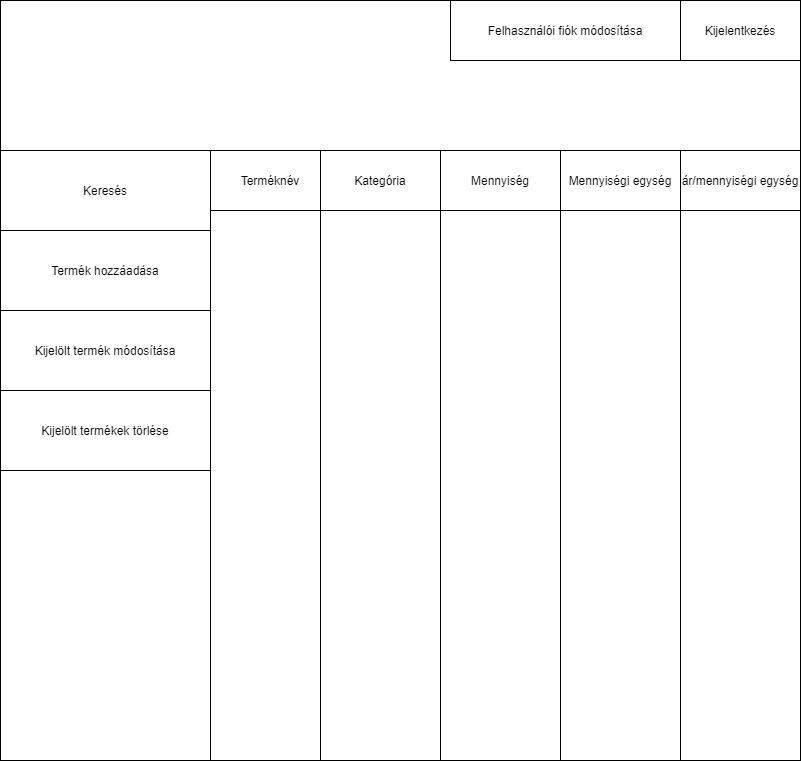
This is pictures/Bejelentkezett Képernyő.drawio.png from utassydenis/AFP2021_1_K0800_Csapat4, a draw.io export, as it was before one commit. Source tidied: cells renumbered, new cells last; positions are measured from the earlier drawing's top-left corner, leaving out a move shared by most shapes.
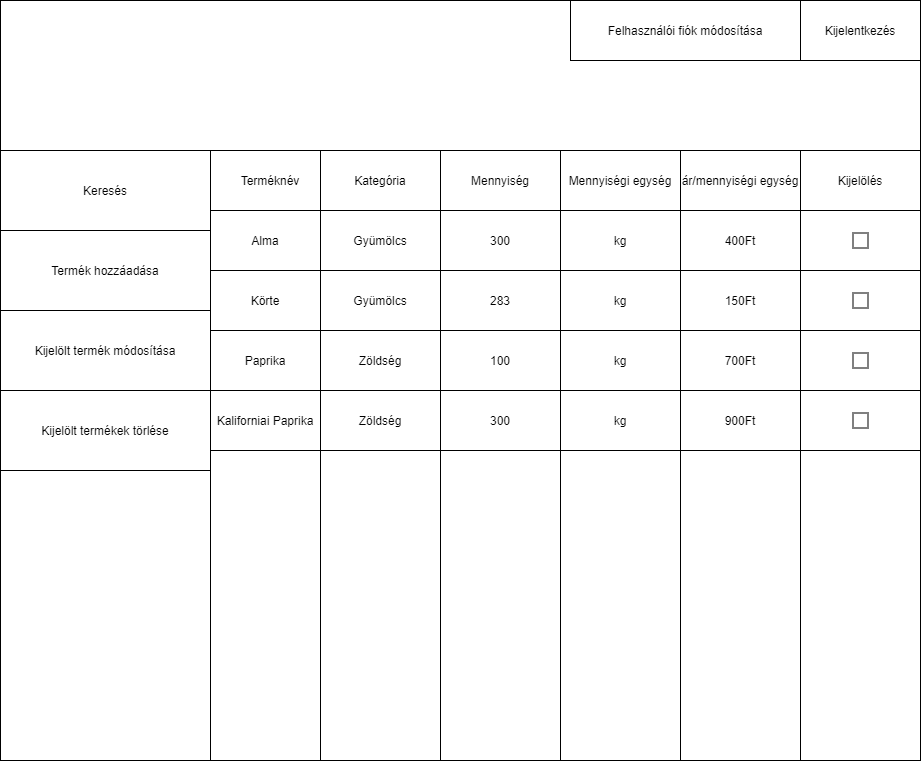
The same diagram one commit later.

Commit message:
Added list elements to the screen view plan of home page when logged in

Diff of the diagram source:
```diff
@@ -3,7 +3,7 @@
     <mxCell id="0" />
     <mxCell id="1" parent="0" />
     <mxCell id="2" style="rounded=0;whiteSpace=wrap;html=1;" parent="1" vertex="1">
-      <mxGeometry y="150" width="800" height="610" as="geometry" />
+      <mxGeometry y="150" width="920" height="610" as="geometry" />
     </mxCell>
     <mxCell id="3" value="Terméknév" style="rounded=0;whiteSpace=wrap;html=1;" parent="1" vertex="1">
       <mxGeometry x="210" y="150" width="120" height="60" as="geometry" />
@@ -21,7 +21,7 @@
       <mxGeometry x="680" y="150" width="120" height="60" as="geometry" />
     </mxCell>
     <mxCell id="8" style="rounded=0;whiteSpace=wrap;html=1;fontStyle=0;" parent="1" vertex="1">
-      <mxGeometry width="800" height="150" as="geometry" />
+      <mxGeometry width="920" height="150" as="geometry" />
     </mxCell>
     <mxCell id="9" style="rounded=0;whiteSpace=wrap;html=1;" parent="1" vertex="1">
       <mxGeometry x="210" y="210" width="110" height="550" as="geometry" />
@@ -42,7 +42,7 @@
       <mxGeometry y="150" width="210" height="80" as="geometry" />
     </mxCell>
     <mxCell id="15" value="Felhasználói fiók módosítása" style="rounded=0;whiteSpace=wrap;html=1;" parent="1" vertex="1">
-      <mxGeometry x="450" width="230" height="60" as="geometry" />
+      <mxGeometry x="570" width="230" height="60" as="geometry" />
     </mxCell>
     <mxCell id="16" value="Termék hozzáadása" style="rounded=0;whiteSpace=wrap;html=1;" parent="1" vertex="1">
       <mxGeometry y="230" width="210" height="80" as="geometry" />
@@ -54,7 +54,94 @@
       <mxGeometry y="390" width="210" height="80" as="geometry" />
     </mxCell>
     <mxCell id="19" value="Kijelentkezés" style="rounded=0;whiteSpace=wrap;html=1;" parent="1" vertex="1">
-      <mxGeometry x="680" width="120" height="60" as="geometry" />
+      <mxGeometry x="800" width="120" height="60" as="geometry" />
     </mxCell>
+    <mxCell id="20" value="Kijelölés" style="rounded=0;whiteSpace=wrap;html=1;" parent="1" vertex="1">
+      <mxGeometry x="800" y="150" width="120" height="60" as="geometry" />
+    </mxCell>
+    <mxCell id="21" value="Alma" style="rounded=0;whiteSpace=wrap;html=1;" parent="1" vertex="1">
+      <mxGeometry x="210" y="210" width="110" height="60" as="geometry" />
+    </mxCell>
+    <mxCell id="22" value="Gyümölcs" style="rounded=0;whiteSpace=wrap;html=1;" parent="1" vertex="1">
+      <mxGeometry x="320" y="210" width="120" height="60" as="geometry" />
+    </mxCell>
+    <mxCell id="23" value="300" style="rounded=0;whiteSpace=wrap;html=1;" parent="1" vertex="1">
+      <mxGeometry x="440" y="210" width="120" height="60" as="geometry" />
+    </mxCell>
+    <mxCell id="24" value="kg" style="rounded=0;whiteSpace=wrap;html=1;" parent="1" vertex="1">
+      <mxGeometry x="560" y="210" width="120" height="60" as="geometry" />
+    </mxCell>
+    <mxCell id="25" value="400Ft" style="rounded=0;whiteSpace=wrap;html=1;" parent="1" vertex="1">
+      <mxGeometry x="680" y="210" width="120" height="60" as="geometry" />
+    </mxCell>
+    <mxCell id="26" style="rounded=0;whiteSpace=wrap;html=1;" parent="1" vertex="1">
+      <mxGeometry x="800" y="210" width="120" height="60" as="geometry" />
+    </mxCell>
+    <mxCell id="27" style="whiteSpace=wrap;html=1;" parent="1" vertex="1">
+      <mxGeometry x="852.5" y="232.5" width="15" height="15" as="geometry" />
+    </mxCell>
+    <mxCell id="28" value="Körte" style="rounded=0;whiteSpace=wrap;html=1;" parent="1" vertex="1">
+      <mxGeometry x="210" y="270" width="110" height="60" as="geometry" />
+    </mxCell>
+    <mxCell id="29" value="Gyümölcs" style="rounded=0;whiteSpace=wrap;html=1;" parent="1" vertex="1">
+      <mxGeometry x="320" y="270" width="120" height="60" as="geometry" />
+    </mxCell>
+    <mxCell id="30" value="283" style="rounded=0;whiteSpace=wrap;html=1;" parent="1" vertex="1">
+      <mxGeometry x="440" y="270" width="120" height="60" as="geometry" />
+    </mxCell>
+    <mxCell id="31" value="kg" style="rounded=0;whiteSpace=wrap;html=1;" parent="1" vertex="1">
+      <mxGeometry x="560" y="270" width="120" height="60" as="geometry" />
+    </mxCell>
+    <mxCell id="32" value="150Ft" style="rounded=0;whiteSpace=wrap;html=1;" parent="1" vertex="1">
+      <mxGeometry x="680" y="270" width="120" height="60" as="geometry" />
+    </mxCell>
+    <mxCell id="33" style="rounded=0;whiteSpace=wrap;html=1;" parent="1" vertex="1">
+      <mxGeometry x="800" y="270" width="120" height="60" as="geometry" />
+    </mxCell>
+    <mxCell id="34" style="whiteSpace=wrap;html=1;" parent="1" vertex="1">
+      <mxGeometry x="852.5" y="292.5" width="15" height="15" as="geometry" />
+    </mxCell>
+    <mxCell id="35" value="Paprika" style="rounded=0;whiteSpace=wrap;html=1;" parent="1" vertex="1">
+      <mxGeometry x="210" y="330" width="110" height="60" as="geometry" />
+    </mxCell>
+    <mxCell id="36" value="Zöldség" style="rounded=0;whiteSpace=wrap;html=1;" parent="1" vertex="1">
+      <mxGeometry x="320" y="330" width="120" height="60" as="geometry" />
+    </mxCell>
+    <mxCell id="37" value="100" style="rounded=0;whiteSpace=wrap;html=1;" parent="1" vertex="1">
+      <mxGeometry x="440" y="330" width="120" height="60" as="geometry" />
+    </mxCell>
+    <mxCell id="38" value="kg" style="rounded=0;whiteSpace=wrap;html=1;" parent="1" vertex="1">
+      <mxGeometry x="560" y="330" width="120" height="60" as="geometry" />
+    </mxCell>
+    <mxCell id="39" value="700Ft" style="rounded=0;whiteSpace=wrap;html=1;" parent="1" vertex="1">
+      <mxGeometry x="680" y="330" width="120" height="60" as="geometry" />
+    </mxCell>
+    <mxCell id="40" style="rounded=0;whiteSpace=wrap;html=1;" parent="1" vertex="1">
+      <mxGeometry x="800" y="330" width="120" height="60" as="geometry" />
+    </mxCell>
+    <mxCell id="41" style="whiteSpace=wrap;html=1;" parent="1" vertex="1">
+      <mxGeometry x="852.5" y="352.5" width="15" height="15" as="geometry" />
+    </mxCell>
+    <mxCell id="42" value="Kaliforniai Paprika" style="rounded=0;whiteSpace=wrap;html=1;" parent="1" vertex="1">
+      <mxGeometry x="210" y="390" width="110" height="60" as="geometry" />
+    </mxCell>
+    <mxCell id="43" value="Zöldség" style="rounded=0;whiteSpace=wrap;html=1;" parent="1" vertex="1">
+      <mxGeometry x="320" y="390" width="120" height="60" as="geometry" />
+    </mxCell>
+    <mxCell id="44" value="300" style="rounded=0;whiteSpace=wrap;html=1;" parent="1" vertex="1">
+      <mxGeometry x="440" y="390" width="120" height="60" as="geometry" />
+    </mxCell>
+    <mxCell id="45" value="kg" style="rounded=0;whiteSpace=wrap;html=1;" parent="1" vertex="1">
+      <mxGeometry x="560" y="390" width="120" height="60" as="geometry" />
+    </mxCell>
+    <mxCell id="46" value="900Ft" style="rounded=0;whiteSpace=wrap;html=1;" parent="1" vertex="1">
+      <mxGeometry x="680" y="390" width="120" height="60" as="geometry" />
+    </mxCell>
+    <mxCell id="47" style="rounded=0;whiteSpace=wrap;html=1;" parent="1" vertex="1">
+      <mxGeometry x="800" y="390" width="120" height="60" as="geometry" />
+    </mxCell>
+    <mxCell id="48" style="whiteSpace=wrap;html=1;" parent="1" vertex="1">
+      <mxGeometry x="852.5" y="412.5" width="15" height="15" as="geometry" />
+    </mxCell>
   </root>
 </mxGraphModel>
```
